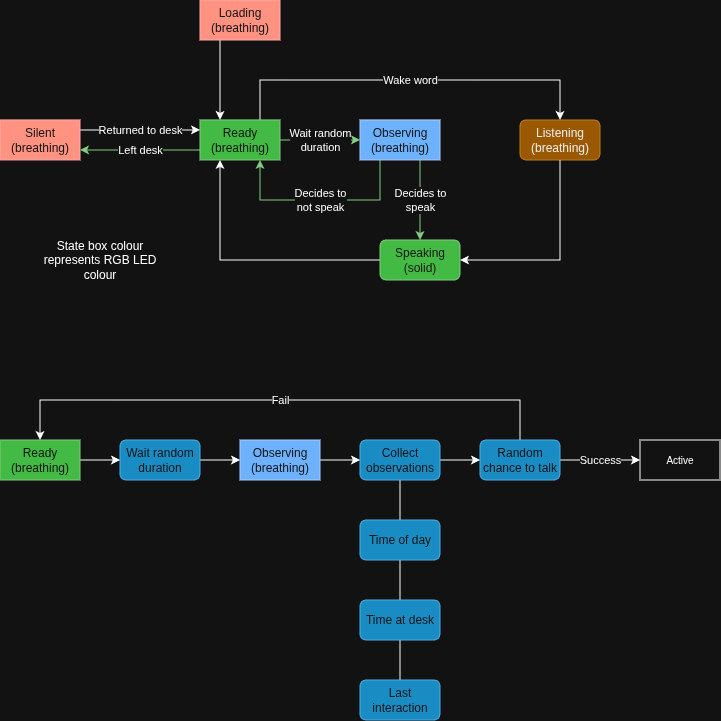
Before: docs/diagrams/State Machine.png, a diagram exported from draw.io (javidahmed64592/pi-bot). Source tidied: cells renumbered, new cells last; positions are measured from the earlier drawing's top-left corner, leaving out a move shared by most shapes.
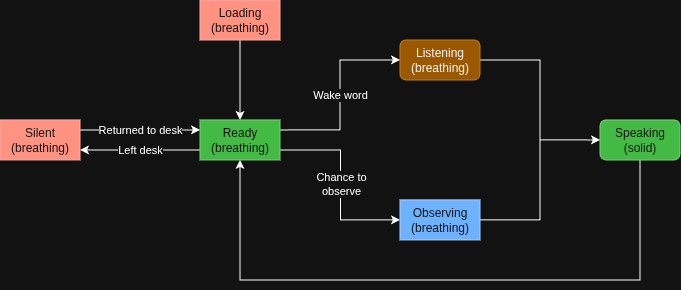
Later version of the same file.

The edit, as a diff of the source:
```diff
@@ -2,36 +2,30 @@
   <root>
     <mxCell id="0" />
     <mxCell id="1" parent="0" />
-    <mxCell id="2" value="Wait random&lt;div&gt;duration&lt;/div&gt;" style="edgeStyle=orthogonalEdgeStyle;rounded=0;jettySize=auto;html=1;entryX=0;entryY=0.5;entryDx=0;entryDy=0;fillColor=#008a00;strokeColor=#005700;" parent="1" edge="1" source="5" target="8">
-      <mxGeometry relative="1" as="geometry" />
+    <mxCell id="2" value="Chance to&lt;div&gt;observe&lt;/div&gt;" style="edgeStyle=orthogonalEdgeStyle;rounded=0;jettySize=auto;html=1;entryX=0;entryY=0.5;entryDx=0;entryDy=0;" parent="1" edge="1" target="8">
+      <mxGeometry relative="1" as="geometry">
+        <mxPoint x="280" y="150" as="sourcePoint" />
+      </mxGeometry>
     </mxCell>
-    <mxCell id="3" value="Left desk" style="edgeStyle=orthogonalEdgeStyle;rounded=0;jettySize=auto;html=1;exitX=0;exitY=0.75;exitDx=0;exitDy=0;entryX=1;entryY=0.75;entryDx=0;entryDy=0;fillColor=#008a00;strokeColor=#005700;" parent="1" edge="1" source="5" target="10">
+    <mxCell id="3" value="Left desk" style="edgeStyle=orthogonalEdgeStyle;rounded=0;jettySize=auto;html=1;exitX=0;exitY=0.75;exitDx=0;exitDy=0;entryX=1;entryY=0.75;entryDx=0;entryDy=0;" parent="1" edge="1" source="5" target="10">
       <mxGeometry relative="1" as="geometry" />
     </mxCell>
-    <mxCell id="4" value="Wake word" style="edgeStyle=orthogonalEdgeStyle;rounded=0;jettySize=auto;html=1;exitX=0.75;exitY=0;exitDx=0;exitDy=0;entryX=0.5;entryY=0;entryDx=0;entryDy=0;" parent="1" edge="1" source="5" target="11">
-      <mxGeometry relative="1" as="geometry">
-        <Array as="points">
-          <mxPoint x="260" y="80" />
-          <mxPoint x="560" y="80" />
-        </Array>
-      </mxGeometry>
+    <mxCell id="4" value="Wake word" style="edgeStyle=orthogonalEdgeStyle;rounded=0;jettySize=auto;html=1;exitX=1;exitY=0.25;exitDx=0;exitDy=0;entryX=0;entryY=0.5;entryDx=0;entryDy=0;" parent="1" edge="1" source="5" target="11">
+      <mxGeometry relative="1" as="geometry" />
     </mxCell>
     <mxCell id="5" value="Ready&lt;div&gt;(breathing)&lt;/div&gt;" style="rounded=0;whiteSpace=wrap;html=1;fillColor=#008a00;fontColor=#ffffff;strokeColor=#005700;" parent="1" vertex="1">
       <mxGeometry x="200" y="119.9" width="80" height="40" as="geometry" />
     </mxCell>
-    <mxCell id="6" value="Decides to&lt;div&gt;speak&lt;/div&gt;" style="edgeStyle=orthogonalEdgeStyle;rounded=0;jettySize=auto;html=1;exitX=0.75;exitY=1;exitDx=0;exitDy=0;entryX=0.5;entryY=0;entryDx=0;entryDy=0;fillColor=#008a00;strokeColor=#005700;" parent="1" edge="1" source="8" target="14">
-      <mxGeometry relative="1" as="geometry" />
+    <mxCell id="6" style="edgeStyle=orthogonalEdgeStyle;rounded=0;jettySize=auto;html=1;exitX=1;exitY=0.5;exitDx=0;exitDy=0;entryX=0;entryY=0.5;entryDx=0;entryDy=0;" parent="1" edge="1" source="8" target="14">
+      <mxGeometry relative="1" as="geometry">
+        <Array as="points">
+          <mxPoint x="540" y="220" />
+          <mxPoint x="540" y="140" />
+        </Array>
+      </mxGeometry>
     </mxCell>
-    <mxCell id="7" value="Decides to&lt;div&gt;not speak&lt;/div&gt;" style="edgeStyle=orthogonalEdgeStyle;rounded=0;jettySize=auto;html=1;entryX=0.75;entryY=1;entryDx=0;entryDy=0;fillColor=#008a00;strokeColor=#005700;exitX=0.25;exitY=1;exitDx=0;exitDy=0;" parent="1" edge="1" source="8" target="5">
-      <mxGeometry relative="1" as="geometry">
-        <Array as="points">
-          <mxPoint x="380" y="200" />
-          <mxPoint x="260" y="200" />
-        </Array>
-      </mxGeometry>
-    </mxCell>
     <mxCell id="8" value="Observing&lt;div&gt;(breathing)&lt;/div&gt;" style="rounded=0;whiteSpace=wrap;html=1;fillColor=#0050ef;fontColor=#ffffff;strokeColor=#001DBC;" parent="1" vertex="1">
-      <mxGeometry x="360" y="119.9" width="80" height="40" as="geometry" />
+      <mxGeometry x="400" y="199.9" width="80" height="40" as="geometry" />
     </mxCell>
     <mxCell id="9" value="Returned to desk" style="edgeStyle=orthogonalEdgeStyle;rounded=0;jettySize=auto;html=1;exitX=1;exitY=0.25;exitDx=0;exitDy=0;entryX=0;entryY=0.25;entryDx=0;entryDy=0;" parent="1" edge="1" source="10" target="5">
       <mxGeometry relative="1" as="geometry" />
@@ -39,81 +33,29 @@
     <mxCell id="10" value="Silent&lt;div&gt;(breathing)&lt;/div&gt;" style="rounded=0;whiteSpace=wrap;html=1;fillColor=#e51400;fontColor=#ffffff;strokeColor=#B20000;" parent="1" vertex="1">
       <mxGeometry y="119.9" width="80" height="40" as="geometry" />
     </mxCell>
+    <mxCell id="13" style="edgeStyle=orthogonalEdgeStyle;rounded=0;jettySize=auto;html=1;exitX=1;exitY=0.5;exitDx=0;exitDy=0;entryX=0;entryY=0.5;entryDx=0;entryDy=0;" parent="1" edge="1" source="11" target="14">
+      <mxGeometry relative="1" as="geometry">
+        <Array as="points">
+          <mxPoint x="540" y="60" />
+          <mxPoint x="540" y="140" />
+        </Array>
+      </mxGeometry>
+    </mxCell>
     <mxCell id="11" value="Listening&lt;div&gt;(breathing)&lt;/div&gt;" style="rounded=1;whiteSpace=wrap;html=1;fillColor=#f0a30a;fontColor=#000000;strokeColor=#BD7000;" parent="1" vertex="1">
-      <mxGeometry x="520" y="119.9" width="80" height="40" as="geometry" />
+      <mxGeometry x="400" y="40" width="80" height="40" as="geometry" />
     </mxCell>
-    <mxCell id="12" style="edgeStyle=orthogonalEdgeStyle;rounded=0;jettySize=auto;html=1;entryX=0.25;entryY=1;entryDx=0;entryDy=0;" parent="1" edge="1" source="14" target="5">
-      <mxGeometry relative="1" as="geometry" />
+    <mxCell id="12" style="edgeStyle=orthogonalEdgeStyle;rounded=0;jettySize=auto;html=1;exitX=0.5;exitY=1;exitDx=0;exitDy=0;entryX=0.5;entryY=1;entryDx=0;entryDy=0;" parent="1" edge="1" source="14" target="5">
+      <mxGeometry relative="1" as="geometry">
+        <Array as="points">
+          <mxPoint x="640" y="280" />
+          <mxPoint x="240" y="280" />
+        </Array>
+      </mxGeometry>
     </mxCell>
-    <mxCell id="13" style="edgeStyle=orthogonalEdgeStyle;rounded=0;jettySize=auto;html=1;entryX=1;entryY=0.5;entryDx=0;entryDy=0;exitX=0.5;exitY=1;exitDx=0;exitDy=0;" parent="1" edge="1" source="11" target="14">
-      <mxGeometry relative="1" as="geometry" />
-    </mxCell>
     <mxCell id="14" value="Speaking&lt;div&gt;(solid)&lt;/div&gt;" style="rounded=1;whiteSpace=wrap;html=1;fillColor=#008a00;fontColor=#ffffff;strokeColor=#005700;" parent="1" vertex="1">
-      <mxGeometry x="380" y="240" width="80" height="40" as="geometry" />
+      <mxGeometry x="600" y="119.9" width="80" height="40" as="geometry" />
     </mxCell>
-    <mxCell id="15" value="State box colour represents RGB LED colour" style="text;html=1;whiteSpace=wrap;strokeColor=none;fillColor=none;align=center;verticalAlign=middle;rounded=0;" parent="1" vertex="1">
-      <mxGeometry x="40" y="240" width="120" height="40" as="geometry" />
-    </mxCell>
-    <mxCell id="16" style="edgeStyle=orthogonalEdgeStyle;rounded=0;jettySize=auto;html=1;exitX=1;exitY=0.5;exitDx=0;exitDy=0;entryX=0;entryY=0.5;entryDx=0;entryDy=0;" parent="1" edge="1" source="17" target="24">
-      <mxGeometry relative="1" as="geometry" />
-    </mxCell>
-    <mxCell id="17" value="Observing&lt;div&gt;(breathing)&lt;/div&gt;" style="rounded=0;whiteSpace=wrap;html=1;fillColor=#0050ef;fontColor=#ffffff;strokeColor=#001DBC;" parent="1" vertex="1">
-      <mxGeometry x="240" y="440" width="80" height="40" as="geometry" />
-    </mxCell>
-    <mxCell id="18" style="edgeStyle=orthogonalEdgeStyle;rounded=0;jettySize=auto;html=1;exitX=1;exitY=0.5;exitDx=0;exitDy=0;entryX=0;entryY=0.5;entryDx=0;entryDy=0;" parent="1" edge="1" source="19" target="17">
-      <mxGeometry relative="1" as="geometry" />
-    </mxCell>
-    <mxCell id="19" value="Wait random duration" style="rounded=1;whiteSpace=wrap;html=1;fillColor=#1ba1e2;fontColor=#ffffff;strokeColor=#006EAF;" parent="1" vertex="1">
-      <mxGeometry x="120" y="440" width="80" height="40" as="geometry" />
-    </mxCell>
-    <mxCell id="20" style="edgeStyle=orthogonalEdgeStyle;rounded=0;jettySize=auto;html=1;exitX=1;exitY=0.5;exitDx=0;exitDy=0;entryX=0;entryY=0.5;entryDx=0;entryDy=0;" parent="1" edge="1" source="21" target="19">
-      <mxGeometry relative="1" as="geometry" />
-    </mxCell>
-    <mxCell id="21" value="Ready&lt;div&gt;(breathing)&lt;/div&gt;" style="rounded=0;whiteSpace=wrap;html=1;fillColor=#008a00;fontColor=#ffffff;strokeColor=#005700;" parent="1" vertex="1">
-      <mxGeometry y="440" width="80" height="40" as="geometry" />
-    </mxCell>
-    <mxCell id="22" style="edgeStyle=orthogonalEdgeStyle;rounded=0;jettySize=auto;html=1;exitX=1;exitY=0.5;exitDx=0;exitDy=0;entryX=0;entryY=0.5;entryDx=0;entryDy=0;" parent="1" edge="1" source="24" target="32">
-      <mxGeometry relative="1" as="geometry" />
-    </mxCell>
-    <mxCell id="23" style="edgeStyle=orthogonalEdgeStyle;rounded=0;jettySize=auto;html=1;exitX=0.5;exitY=1;exitDx=0;exitDy=0;entryX=0.5;entryY=0;entryDx=0;entryDy=0;endArrow=none;endFill=0;" parent="1" edge="1" source="24" target="26">
-      <mxGeometry relative="1" as="geometry" />
-    </mxCell>
-    <mxCell id="24" value="Collect observations" style="rounded=1;whiteSpace=wrap;html=1;fillColor=#1ba1e2;fontColor=#ffffff;strokeColor=#006EAF;" parent="1" vertex="1">
-      <mxGeometry x="360" y="440" width="80" height="40" as="geometry" />
-    </mxCell>
-    <mxCell id="25" style="edgeStyle=orthogonalEdgeStyle;rounded=0;jettySize=auto;html=1;exitX=0.5;exitY=1;exitDx=0;exitDy=0;entryX=0.5;entryY=0;entryDx=0;entryDy=0;endArrow=none;endFill=0;" parent="1" edge="1" source="26" target="28">
-      <mxGeometry relative="1" as="geometry" />
-    </mxCell>
-    <mxCell id="26" value="Time of day" style="rounded=1;whiteSpace=wrap;html=1;fillColor=#1ba1e2;fontColor=#ffffff;strokeColor=#006EAF;" parent="1" vertex="1">
-      <mxGeometry x="360" y="520" width="80" height="40" as="geometry" />
-    </mxCell>
-    <mxCell id="27" style="edgeStyle=orthogonalEdgeStyle;rounded=0;jettySize=auto;html=1;exitX=0.5;exitY=1;exitDx=0;exitDy=0;entryX=0.5;entryY=0;entryDx=0;entryDy=0;endArrow=none;endFill=0;" parent="1" edge="1" source="28" target="29">
-      <mxGeometry relative="1" as="geometry" />
-    </mxCell>
-    <mxCell id="28" value="Time at desk" style="rounded=1;whiteSpace=wrap;html=1;fillColor=#1ba1e2;fontColor=#ffffff;strokeColor=#006EAF;" parent="1" vertex="1">
-      <mxGeometry x="360" y="600" width="80" height="40" as="geometry" />
-    </mxCell>
-    <mxCell id="29" value="Last interaction" style="rounded=1;whiteSpace=wrap;html=1;fillColor=#1ba1e2;fontColor=#ffffff;strokeColor=#006EAF;" parent="1" vertex="1">
-      <mxGeometry x="360" y="680" width="80" height="40" as="geometry" />
-    </mxCell>
-    <mxCell id="30" value="Success" style="edgeStyle=orthogonalEdgeStyle;rounded=0;jettySize=auto;html=1;entryX=0;entryY=0.5;entryDx=0;entryDy=0;" parent="1" edge="1" source="32" target="33">
-      <mxGeometry relative="1" as="geometry" />
-    </mxCell>
-    <mxCell id="31" value="Fail" style="edgeStyle=orthogonalEdgeStyle;rounded=0;jettySize=auto;html=1;entryX=0.5;entryY=0;entryDx=0;entryDy=0;" parent="1" edge="1" source="32" target="21">
-      <mxGeometry relative="1" as="geometry">
-        <Array as="points">
-          <mxPoint x="520" y="400" />
-          <mxPoint x="40" y="400" />
-        </Array>
-      </mxGeometry>
-    </mxCell>
-    <mxCell id="32" value="Random chance to talk" style="rounded=1;whiteSpace=wrap;html=1;fillColor=#1ba1e2;fontColor=#ffffff;strokeColor=#006EAF;" parent="1" vertex="1">
-      <mxGeometry x="480" y="440" width="80" height="40" as="geometry" />
-    </mxCell>
-    <mxCell id="33" value="Active" style="rounded=0;whiteSpace=wrap;html=1;fontSize=10;" parent="1" vertex="1">
-      <mxGeometry x="640" y="440" width="80" height="40" as="geometry" />
-    </mxCell>
-    <mxCell id="34" style="edgeStyle=orthogonalEdgeStyle;rounded=0;jettySize=auto;html=1;exitX=0.25;exitY=1;exitDx=0;exitDy=0;entryX=0.25;entryY=0;entryDx=0;entryDy=0;" parent="1" edge="1" source="35" target="5">
+    <mxCell id="34" style="edgeStyle=orthogonalEdgeStyle;rounded=0;jettySize=auto;html=1;exitX=0.5;exitY=1;exitDx=0;exitDy=0;entryX=0.5;entryY=0;entryDx=0;entryDy=0;" parent="1" edge="1" source="35" target="5">
       <mxGeometry relative="1" as="geometry" />
     </mxCell>
     <mxCell id="35" value="Loading&lt;div&gt;(breathing)&lt;/div&gt;" style="rounded=0;whiteSpace=wrap;html=1;fillColor=#e51400;fontColor=#ffffff;strokeColor=#B20000;" parent="1" vertex="1">
```
